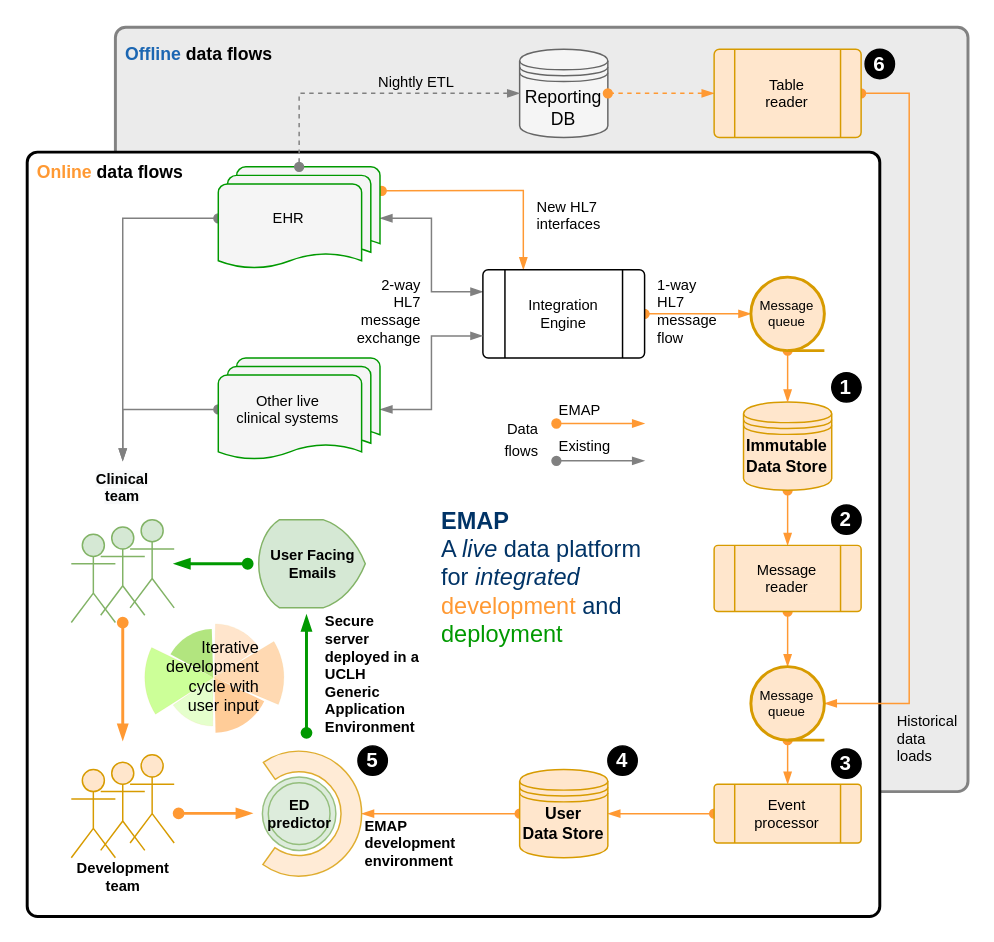
Before: assets/emap.drawio in docsteveharris/2022-adversarial-penguin, a draw.io diagram. Source tidied: cells renumbered, new cells numbered last; positions are measured from the earlier drawing's top-left corner, leaving out a move shared by most shapes. Both pictures are drawn from the tidied source at 147%, with x=0, y=0 at pixel (26, 26).
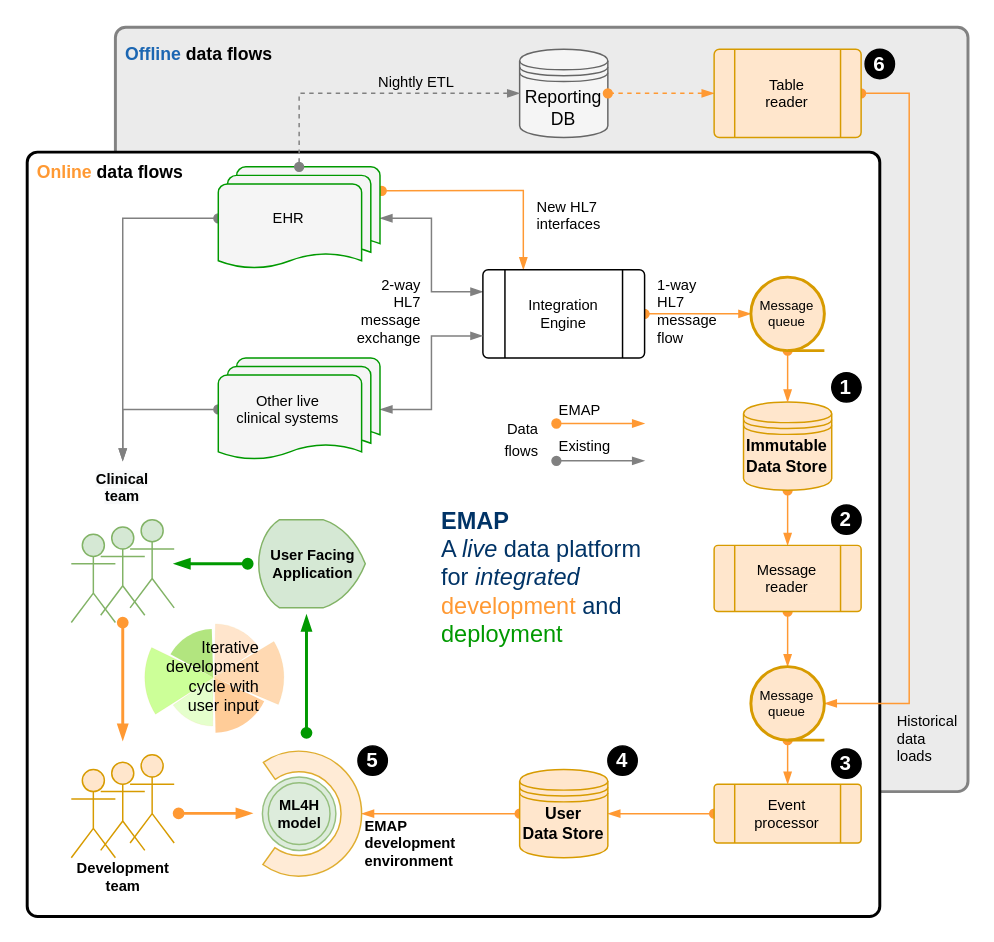
Above is the later version.

Diff of the diagram source:
```diff
@@
-    <mxCell id="41" value="&lt;b&gt;User Facing&lt;br&gt;Emails&lt;/b&gt;" style="strokeWidth=1;html=1;shape=mxgraph.flowchart.display;whiteSpace=wrap;fontSize=10;fillColor=#d5e8d4;align=center;verticalAlign=middle;flipV=1;flipH=1;strokeColor=#82b366;" parent="1" vertex="1">
+    <mxCell id="41" value="&lt;b&gt;User Facing&lt;br&gt;Application&lt;br&gt;&lt;/b&gt;" style="strokeWidth=1;html=1;shape=mxgraph.flowchart.display;whiteSpace=wrap;fontSize=10;fillColor=#d5e8d4;align=center;verticalAlign=middle;flipV=1;flipH=1;strokeColor=#82b366;" parent="1" vertex="1">
       <mxGeometry x="157.5" y="335" width="72.5" height="60" as="geometry" />
     </mxCell>
@@
-    <mxCell id="62" value="ED predictor" style="text;html=1;strokeColor=none;fillColor=none;align=center;verticalAlign=middle;whiteSpace=wrap;rounded=0;fontSize=10;fontStyle=1;" parent="1" vertex="1">
+    <mxCell id="62" value="ML4H&lt;br&gt;model" style="text;html=1;strokeColor=none;fillColor=none;align=center;verticalAlign=middle;whiteSpace=wrap;rounded=0;fontSize=10;fontStyle=1;" parent="1" vertex="1">
       <mxGeometry x="168.8" y="525" width="32.5" height="20" as="geometry" />
     </mxCell>
@@
-    <mxCell id="73" value="Secure server deployed in a UCLH Generic Application Environment&amp;nbsp;" style="text;html=1;strokeColor=none;fillColor=none;align=left;verticalAlign=middle;whiteSpace=wrap;rounded=0;fontSize=10;fontStyle=1;" parent="1" vertex="1">
-      <mxGeometry x="201.2" y="430" width="32.5" height="20" as="geometry" />
-    </mxCell>
```
